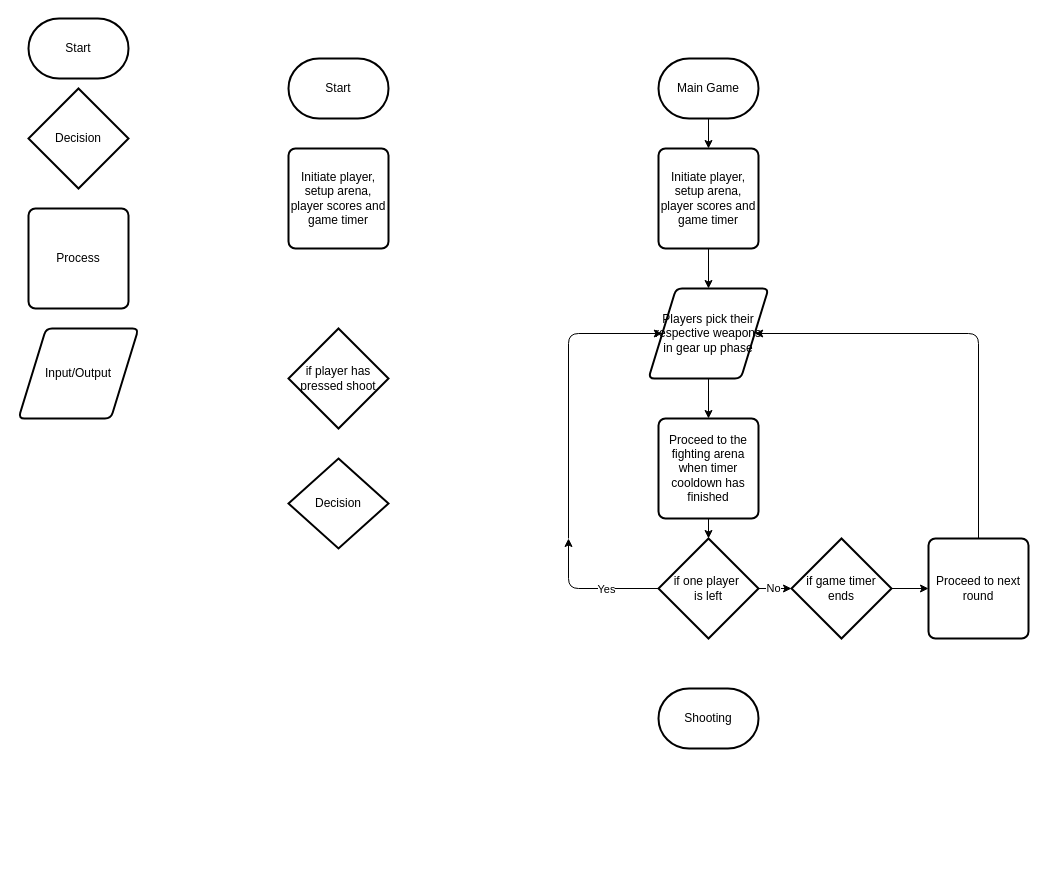
The draw.io diagram planning/drawio_flowcharts/Sprint3/sprint3_flowchart.drawio in MichaelHayesMC/term3-godot-furball-tactics, before the edit. Source tidied: cells renumbered, new cells numbered last; positions are measured from the earlier drawing's top-left corner, leaving out a move shared by most shapes. Both pictures are drawn from the tidied source at 100%, with x=0, y=0 at pixel (18, 18).
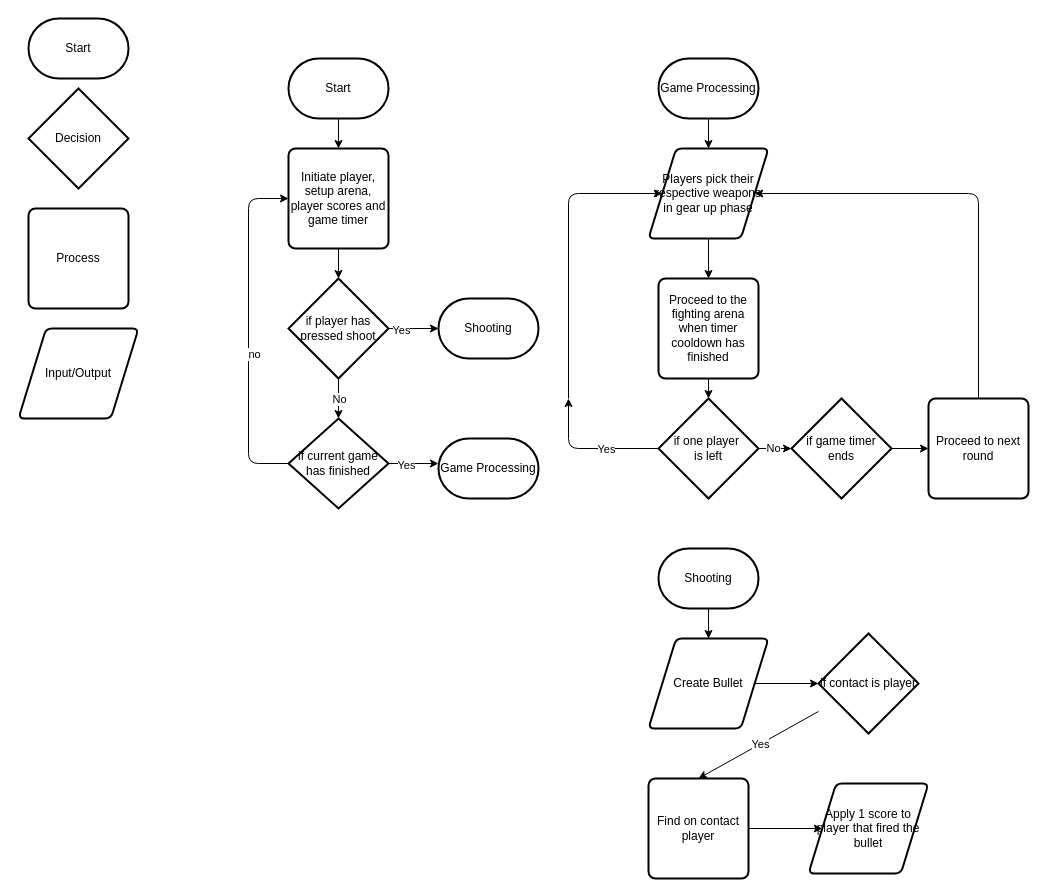
Above is the later version.

Commit message (it also covers changes not shown here):
Created Flowcharts for what I want in my next sprints

The change refers to these unchanged cells:
```xml
<mxCell id="24" value="Start" style="strokeWidth=2;html=1;shape=mxgraph.flowchart.terminator;whiteSpace=wrap;" parent="1" vertex="1">
  <mxGeometry x="270" y="40" width="100" height="60" as="geometry" />
</mxCell>
<mxCell id="28" value="Initiate player, setup arena, player scores and game timer" style="rounded=1;whiteSpace=wrap;html=1;absoluteArcSize=1;arcSize=14;strokeWidth=2;" parent="1" vertex="1">
  <mxGeometry x="270" y="130" width="100" height="100" as="geometry" />
</mxCell>
```

Change to the diagram source:
```diff
@@
-    <mxCell id="3" style="edgeStyle=none;html=1;" parent="1" edge="1" source="4" target="21">
-      <mxGeometry relative="1" as="geometry" />
-    </mxCell>
-    <mxCell id="4" value="Initiate player, setup arena, player scores and game timer" style="rounded=1;whiteSpace=wrap;html=1;absoluteArcSize=1;arcSize=14;strokeWidth=2;" parent="1" vertex="1">
-      <mxGeometry x="640" y="130" width="100" height="100" as="geometry" />
-    </mxCell>
@@
-    <mxCell id="8" value="Main Game" style="strokeWidth=2;html=1;shape=mxgraph.flowchart.terminator;whiteSpace=wrap;" parent="1" vertex="1">
+    <mxCell id="8" value="&lt;span style=&quot;color: rgb(0, 0, 0);&quot;&gt;Game Processing&lt;/span&gt;" style="strokeWidth=2;html=1;shape=mxgraph.flowchart.terminator;whiteSpace=wrap;" parent="1" vertex="1">
       <mxGeometry x="640" y="40" width="100" height="60" as="geometry" />
     </mxCell>
@@
     <mxCell id="10" value="Proceed to the fighting arena when timer cooldown has finished" style="rounded=1;whiteSpace=wrap;html=1;absoluteArcSize=1;arcSize=14;strokeWidth=2;" parent="1" vertex="1">
-      <mxGeometry x="640" y="400" width="100" height="100" as="geometry" />
+      <mxGeometry x="640" y="260" width="100" height="100" as="geometry" />
     </mxCell>
@@
     <mxCell id="12" style="edgeStyle=none;html=1;entryX=0;entryY=0.5;entryDx=0;entryDy=0;" parent="1" edge="1" target="21">
       <mxGeometry relative="1" as="geometry">
-        <mxPoint x="550" y="520" as="sourcePoint" />
+        <mxPoint x="550" y="380" as="sourcePoint" />
         <Array as="points">
-          <mxPoint x="550" y="315" />
+          <mxPoint x="550" y="175" />
         </Array>
       </mxGeometry>
     </mxCell>
     <mxCell id="13" style="edgeStyle=none;html=1;" parent="1" edge="1" source="17">
       <mxGeometry relative="1" as="geometry">
-        <mxPoint x="550" y="520" as="targetPoint" />
+        <mxPoint x="550" y="380" as="targetPoint" />
         <Array as="points">
-          <mxPoint x="550" y="570" />
+          <mxPoint x="550" y="430" />
         </Array>
       </mxGeometry>
     </mxCell>
@@
     <mxCell id="17" value="if one player&amp;nbsp;&lt;div&gt;is left&lt;/div&gt;" style="strokeWidth=2;html=1;shape=mxgraph.flowchart.decision;whiteSpace=wrap;direction=south;" parent="1" vertex="1">
-      <mxGeometry x="640" y="520" width="100" height="100" as="geometry" />
+      <mxGeometry x="640" y="380" width="100" height="100" as="geometry" />
     </mxCell>
     <mxCell id="18" style="edgeStyle=none;html=1;entryX=1;entryY=0.5;entryDx=0;entryDy=0;" parent="1" edge="1" source="19" target="21">
       <mxGeometry x="-0.61" relative="1" as="geometry">
         <Array as="points">
-          <mxPoint x="960" y="315" />
+          <mxPoint x="960" y="175" />
         </Array>
       </mxGeometry>
     </mxCell>
     <mxCell id="19" value="Proceed to next round" style="rounded=1;whiteSpace=wrap;html=1;absoluteArcSize=1;arcSize=14;strokeWidth=2;" parent="1" vertex="1">
-      <mxGeometry x="910" y="520" width="100" height="100" as="geometry" />
+      <mxGeometry x="910" y="380" width="100" height="100" as="geometry" />
     </mxCell>
@@
     <mxCell id="21" value="Players pick their respective weapons in gear up phase" style="shape=parallelogram;html=1;strokeWidth=2;perimeter=parallelogramPerimeter;whiteSpace=wrap;rounded=1;arcSize=12;size=0.23;" parent="1" vertex="1">
-      <mxGeometry x="630" y="270" width="120" height="90" as="geometry" />
+      <mxGeometry x="630" y="130" width="120" height="90" as="geometry" />
     </mxCell>
@@
     <mxCell id="23" value="if game timer ends" style="strokeWidth=2;html=1;shape=mxgraph.flowchart.decision;whiteSpace=wrap;direction=south;" parent="1" vertex="1">
-      <mxGeometry x="773" y="520" width="100" height="100" as="geometry" />
+      <mxGeometry x="773" y="380" width="100" height="100" as="geometry" />
     </mxCell>
+    <mxCell id="29" style="edgeStyle=none;html=1;" parent="1" edge="1" source="24" target="28">
+      <mxGeometry relative="1" as="geometry" />
+    </mxCell>
@@
+    <mxCell id="30" style="edgeStyle=none;html=1;" parent="1" edge="1" source="25">
+      <mxGeometry relative="1" as="geometry">
+        <mxPoint x="690" y="620" as="targetPoint" />
+      </mxGeometry>
+    </mxCell>
     <mxCell id="25" value="Shooting" style="strokeWidth=2;html=1;shape=mxgraph.flowchart.terminator;whiteSpace=wrap;" parent="1" vertex="1">
-      <mxGeometry x="640" y="670" width="100" height="60" as="geometry" />
+      <mxGeometry x="640" y="530" width="100" height="60" as="geometry" />
     </mxCell>
+    <mxCell id="31" style="edgeStyle=none;html=1;" parent="1" edge="1" source="26" target="27">
+      <mxGeometry relative="1" as="geometry" />
+    </mxCell>
+    <mxCell id="32" value="No" style="edgeLabel;html=1;align=center;verticalAlign=middle;" parent="31" vertex="1">
+      <mxGeometry x="-0.02" relative="1" as="geometry" />
+    </mxCell>
+    <mxCell id="33" style="edgeStyle=none;html=1;" parent="1" edge="1" source="26">
+      <mxGeometry relative="1" as="geometry">
+        <mxPoint x="420" y="310" as="targetPoint" />
+      </mxGeometry>
+    </mxCell>
+    <mxCell id="34" value="Yes" style="edgeLabel;html=1;align=center;verticalAlign=middle;" parent="33" vertex="1">
+      <mxGeometry x="-0.54" y="-1" relative="1" as="geometry" />
+    </mxCell>
     <mxCell id="26" value="if player has pressed shoot" style="strokeWidth=2;html=1;shape=mxgraph.flowchart.decision;whiteSpace=wrap;" parent="1" vertex="1">
-      <mxGeometry x="270" y="310" width="100" height="100" as="geometry" />
+      <mxGeometry x="270" y="260" width="100" height="100" as="geometry" />
     </mxCell>
+    <mxCell id="35" style="edgeStyle=none;html=1;" parent="1" edge="1" source="27">
+      <mxGeometry relative="1" as="geometry">
+        <mxPoint x="420" y="445" as="targetPoint" />
+      </mxGeometry>
+    </mxCell>
+    <mxCell id="36" value="Yes" style="edgeLabel;html=1;align=center;verticalAlign=middle;" parent="35" vertex="1">
+      <mxGeometry x="-0.32" y="-1" relative="1" as="geometry" />
+    </mxCell>
+    <mxCell id="37" style="edgeStyle=none;html=1;entryX=0;entryY=0.5;entryDx=0;entryDy=0;" parent="1" edge="1" source="27" target="28">
+      <mxGeometry relative="1" as="geometry">
+        <Array as="points">
+          <mxPoint x="230" y="445" />
+          <mxPoint x="230" y="180" />
+        </Array>
+      </mxGeometry>
+    </mxCell>
+    <mxCell id="38" value="no" style="edgeLabel;html=1;align=center;verticalAlign=middle;" parent="37" vertex="1">
+      <mxGeometry x="-0.13" y="-5" relative="1" as="geometry" />
+    </mxCell>
-    <mxCell id="27" value="Decision" style="strokeWidth=2;html=1;shape=mxgraph.flowchart.decision;whiteSpace=wrap;" parent="1" vertex="1">
-      <mxGeometry x="270" y="440" width="100" height="90" as="geometry" />
+    <mxCell id="27" value="if current game has finished" style="strokeWidth=2;html=1;shape=mxgraph.flowchart.decision;whiteSpace=wrap;" parent="1" vertex="1">
+      <mxGeometry x="270" y="400" width="100" height="90" as="geometry" />
     </mxCell>
+    <mxCell id="39" style="edgeStyle=none;html=1;" parent="1" edge="1" source="28" target="26">
+      <mxGeometry relative="1" as="geometry" />
+    </mxCell>
@@
+    <mxCell id="40" value="Shooting" style="strokeWidth=2;html=1;shape=mxgraph.flowchart.terminator;whiteSpace=wrap;" parent="1" vertex="1">
+      <mxGeometry x="420" y="280" width="100" height="60" as="geometry" />
+    </mxCell>
+    <mxCell id="41" value="Game Processing" style="strokeWidth=2;html=1;shape=mxgraph.flowchart.terminator;whiteSpace=wrap;" parent="1" vertex="1">
+      <mxGeometry x="420" y="420" width="100" height="60" as="geometry" />
+    </mxCell>
+    <mxCell id="42" style="edgeStyle=none;html=1;" parent="1" edge="1" source="43" target="49">
+      <mxGeometry relative="1" as="geometry" />
+    </mxCell>
+    <mxCell id="43" value="Find on contact player" style="rounded=1;whiteSpace=wrap;html=1;absoluteArcSize=1;arcSize=14;strokeWidth=2;" parent="1" vertex="1">
+      <mxGeometry x="630" y="760" width="100" height="100" as="geometry" />
+    </mxCell>
+    <mxCell id="44" style="edgeStyle=none;html=1;" parent="1" edge="1" source="45" target="48">
+      <mxGeometry relative="1" as="geometry" />
+    </mxCell>
+    <mxCell id="45" value="Create Bullet" style="shape=parallelogram;html=1;strokeWidth=2;perimeter=parallelogramPerimeter;whiteSpace=wrap;rounded=1;arcSize=12;size=0.23;" parent="1" vertex="1">
+      <mxGeometry x="630" y="620" width="120" height="90" as="geometry" />
+    </mxCell>
+    <mxCell id="46" style="edgeStyle=none;html=1;entryX=0.5;entryY=0;entryDx=0;entryDy=0;" parent="1" edge="1" source="48" target="43">
+      <mxGeometry relative="1" as="geometry" />
+    </mxCell>
+    <mxCell id="47" value="Yes" style="edgeLabel;html=1;align=center;verticalAlign=middle;" parent="46" vertex="1">
+      <mxGeometry x="-0.02" relative="1" as="geometry" />
+    </mxCell>
+    <mxCell id="48" value="&lt;span style=&quot;color: rgb(0, 0, 0);&quot;&gt;if contact is player&lt;/span&gt;" style="strokeWidth=2;html=1;shape=mxgraph.flowchart.decision;whiteSpace=wrap;" parent="1" vertex="1">
+      <mxGeometry x="800" y="615" width="100" height="100" as="geometry" />
+    </mxCell>
+    <mxCell id="49" value="Apply 1 score to player that fired the bullet" style="shape=parallelogram;html=1;strokeWidth=2;perimeter=parallelogramPerimeter;whiteSpace=wrap;rounded=1;arcSize=12;size=0.23;" parent="1" vertex="1">
+      <mxGeometry x="790" y="765" width="120" height="90" as="geometry" />
+    </mxCell>
```
